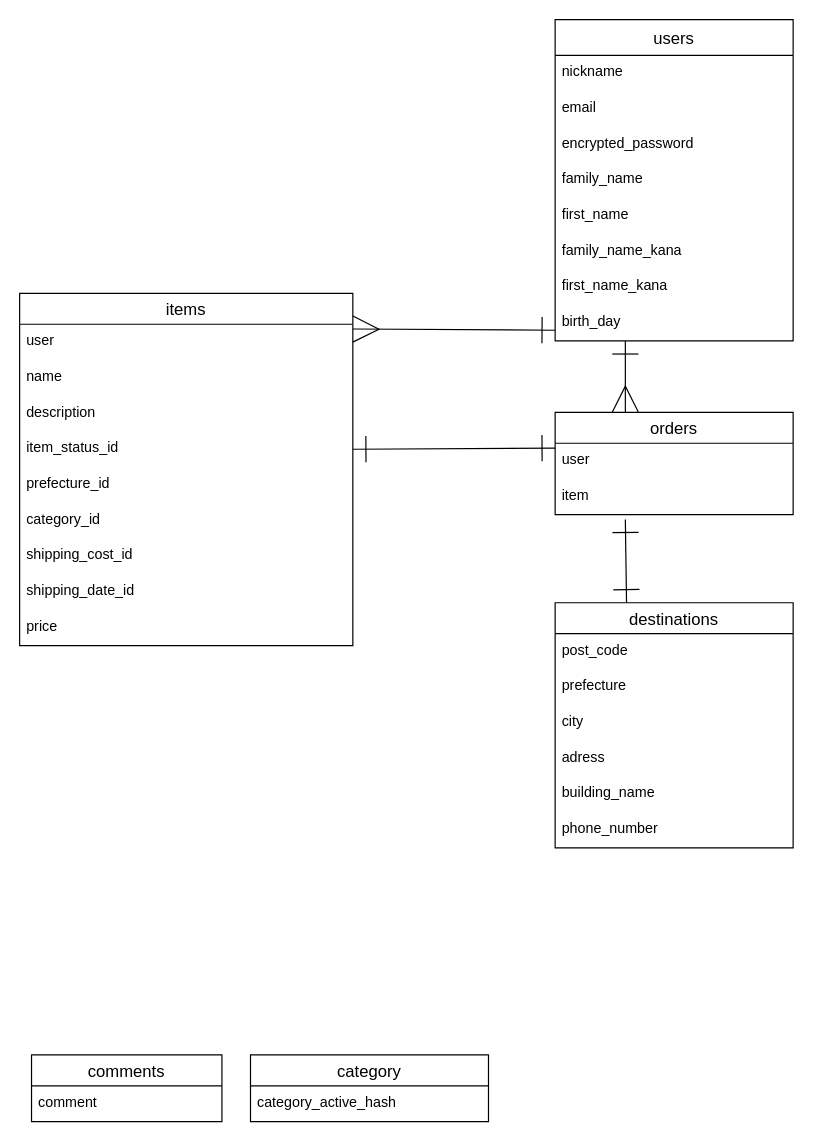
Before: furima.dio in rinoa349/furima-38927, a draw.io diagram. Source tidied: cells renumbered, new cells numbered last; positions are measured from the earlier drawing's top-left corner, leaving out a move shared by most shapes. Both pictures are drawn from the tidied source at 119%, with x=0, y=0 at pixel (19, 19).
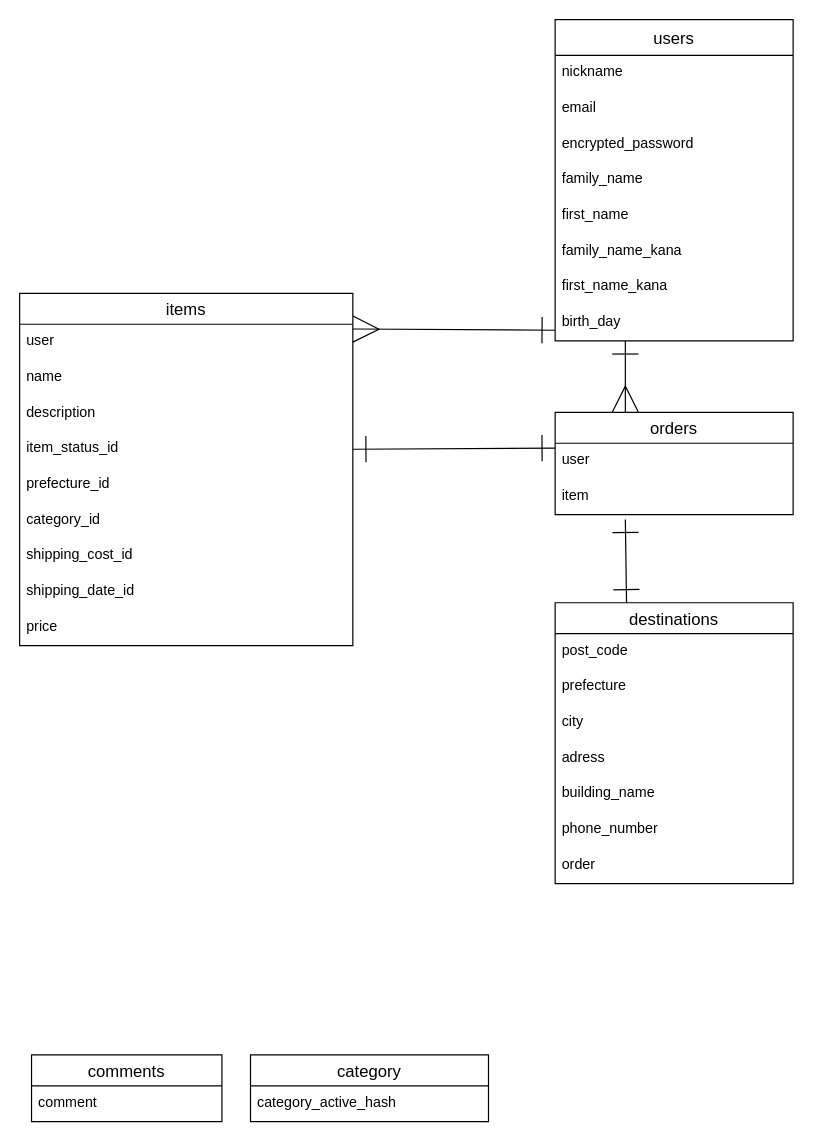
The same diagram, later.

What changed in the source:
```diff
@@
     <mxCell id="11" value="destinations" style="swimlane;fontStyle=0;horizontal=1;startSize=26;align=center;fontSize=14;" parent="1" vertex="1">
-      <mxGeometry x="450" y="490" width="200" height="206" as="geometry" />
+      <mxGeometry x="450" y="490" width="200" height="236" as="geometry" />
     </mxCell>
@@
+    <mxCell id="39" value="order" style="text;strokeColor=none;fillColor=none;spacingLeft=4;spacingRight=4;overflow=hidden;fontSize=12;" parent="11" vertex="1">
+      <mxGeometry y="206" width="200" height="30" as="geometry" />
+    </mxCell>
```
